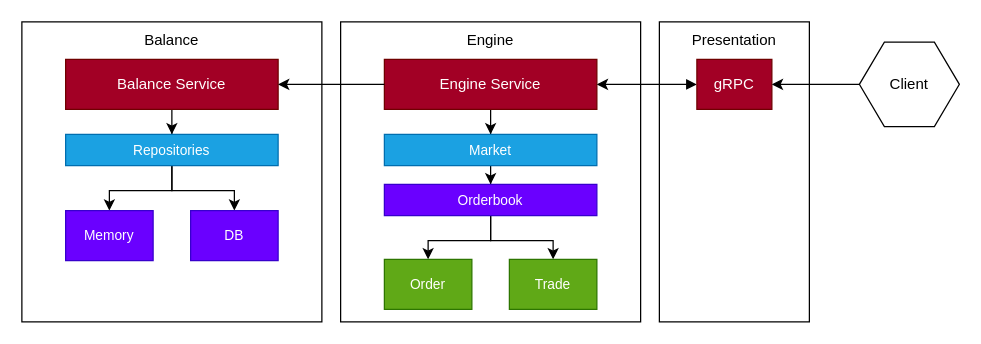
rouzbehsbz/match-engine keeps this draw.io diagram as docs/match-engine-architecture.drawio. Above is the earlier version. Source tidied: cells renumbered, new cells numbered last; positions are measured from the earlier drawing's top-left corner, leaving out a move shared by most shapes. Both pictures are drawn from the tidied source at 125%, with x=0, y=0 at pixel (21, 21).
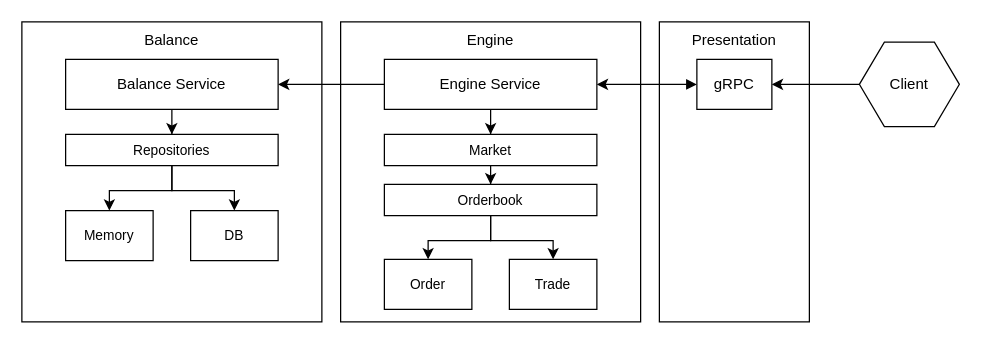
Above is the later version.

Commit message:
fix: edit software architecture components

Diff of the diagram source:
```diff
@@
-    <mxCell id="5" value="Engine Service" style="rounded=0;whiteSpace=wrap;html=1;labelPosition=center;verticalLabelPosition=middle;align=center;verticalAlign=middle;fillColor=#a20025;strokeColor=#6F0000;fontColor=#ffffff;" parent="1" vertex="1">
+    <mxCell id="5" value="Engine Service" style="rounded=0;whiteSpace=wrap;html=1;labelPosition=center;verticalLabelPosition=middle;align=center;verticalAlign=middle;" parent="1" vertex="1">
       <mxGeometry x="290" y="30" width="170" height="40" as="geometry" />
     </mxCell>
@@
-    <mxCell id="7" value="Market" style="rounded=0;whiteSpace=wrap;html=1;labelPosition=center;verticalLabelPosition=middle;align=center;verticalAlign=middle;fillColor=#1ba1e2;strokeColor=#006EAF;fontSize=11;fontColor=#ffffff;" parent="1" vertex="1">
+    <mxCell id="7" value="Market" style="rounded=0;whiteSpace=wrap;html=1;labelPosition=center;verticalLabelPosition=middle;align=center;verticalAlign=middle;fontSize=11;" parent="1" vertex="1">
       <mxGeometry x="290" y="90" width="170" height="25" as="geometry" />
     </mxCell>
@@
-    <mxCell id="10" value="Orderbook" style="rounded=0;whiteSpace=wrap;html=1;labelPosition=center;verticalLabelPosition=middle;align=center;verticalAlign=middle;fillColor=#6a00ff;strokeColor=#3700CC;fontSize=11;fontColor=#ffffff;" parent="1" vertex="1">
+    <mxCell id="10" value="Orderbook" style="rounded=0;whiteSpace=wrap;html=1;labelPosition=center;verticalLabelPosition=middle;align=center;verticalAlign=middle;fontSize=11;" parent="1" vertex="1">
       <mxGeometry x="290" y="130" width="170" height="25" as="geometry" />
     </mxCell>
-    <mxCell id="11" value="Order" style="rounded=0;whiteSpace=wrap;html=1;labelPosition=center;verticalLabelPosition=middle;align=center;verticalAlign=middle;fillColor=#60a917;strokeColor=#2D7600;fontSize=11;fontColor=#ffffff;" parent="1" vertex="1">
+    <mxCell id="11" value="Order" style="rounded=0;whiteSpace=wrap;html=1;labelPosition=center;verticalLabelPosition=middle;align=center;verticalAlign=middle;fontSize=11;" parent="1" vertex="1">
       <mxGeometry x="290" y="190" width="70" height="40" as="geometry" />
     </mxCell>
-    <mxCell id="12" value="Trade" style="rounded=0;whiteSpace=wrap;html=1;labelPosition=center;verticalLabelPosition=middle;align=center;verticalAlign=middle;fillColor=#60a917;strokeColor=#2D7600;fontSize=11;fontColor=#ffffff;" parent="1" vertex="1">
+    <mxCell id="12" value="Trade" style="rounded=0;whiteSpace=wrap;html=1;labelPosition=center;verticalLabelPosition=middle;align=center;verticalAlign=middle;fontSize=11;" parent="1" vertex="1">
       <mxGeometry x="390" y="190" width="70" height="40" as="geometry" />
     </mxCell>
@@
-    <mxCell id="16" value="Balance Service" style="rounded=0;whiteSpace=wrap;html=1;labelPosition=center;verticalLabelPosition=middle;align=center;verticalAlign=middle;fillColor=#a20025;strokeColor=#6F0000;fontColor=#ffffff;" parent="1" vertex="1">
+    <mxCell id="16" value="Balance Service" style="rounded=0;whiteSpace=wrap;html=1;labelPosition=center;verticalLabelPosition=middle;align=center;verticalAlign=middle;" parent="1" vertex="1">
       <mxGeometry x="35" y="30" width="170" height="40" as="geometry" />
     </mxCell>
@@
-    <mxCell id="19" value="Repositories" style="rounded=0;whiteSpace=wrap;html=1;labelPosition=center;verticalLabelPosition=middle;align=center;verticalAlign=middle;fillColor=#1ba1e2;strokeColor=#006EAF;fontSize=11;fontColor=#ffffff;" parent="1" vertex="1">
+    <mxCell id="19" value="Repositories" style="rounded=0;whiteSpace=wrap;html=1;labelPosition=center;verticalLabelPosition=middle;align=center;verticalAlign=middle;fontSize=11;" parent="1" vertex="1">
       <mxGeometry x="35" y="90" width="170" height="25" as="geometry" />
     </mxCell>
-    <mxCell id="20" value="Memory" style="rounded=0;whiteSpace=wrap;html=1;labelPosition=center;verticalLabelPosition=middle;align=center;verticalAlign=middle;fillColor=#6a00ff;strokeColor=#3700CC;fontSize=11;fontColor=#ffffff;" parent="1" vertex="1">
+    <mxCell id="20" value="Memory" style="rounded=0;whiteSpace=wrap;html=1;labelPosition=center;verticalLabelPosition=middle;align=center;verticalAlign=middle;fontSize=11;" parent="1" vertex="1">
       <mxGeometry x="35" y="151" width="70" height="40" as="geometry" />
     </mxCell>
-    <mxCell id="21" value="DB" style="rounded=0;whiteSpace=wrap;html=1;labelPosition=center;verticalLabelPosition=middle;align=center;verticalAlign=middle;fillColor=#6a00ff;strokeColor=#3700CC;fontSize=11;fontColor=#ffffff;" parent="1" vertex="1">
+    <mxCell id="21" value="DB" style="rounded=0;whiteSpace=wrap;html=1;labelPosition=center;verticalLabelPosition=middle;align=center;verticalAlign=middle;fontSize=11;" parent="1" vertex="1">
       <mxGeometry x="135" y="151" width="70" height="40" as="geometry" />
     </mxCell>
@@
-    <mxCell id="25" value="gRPC" style="rounded=0;whiteSpace=wrap;html=1;labelPosition=center;verticalLabelPosition=middle;align=center;verticalAlign=middle;fillColor=#a20025;strokeColor=#6F0000;fontColor=#ffffff;" parent="1" vertex="1">
+    <mxCell id="25" value="gRPC" style="rounded=0;whiteSpace=wrap;html=1;labelPosition=center;verticalLabelPosition=middle;align=center;verticalAlign=middle;" parent="1" vertex="1">
       <mxGeometry x="540" y="30" width="60" height="40" as="geometry" />
     </mxCell>
```
